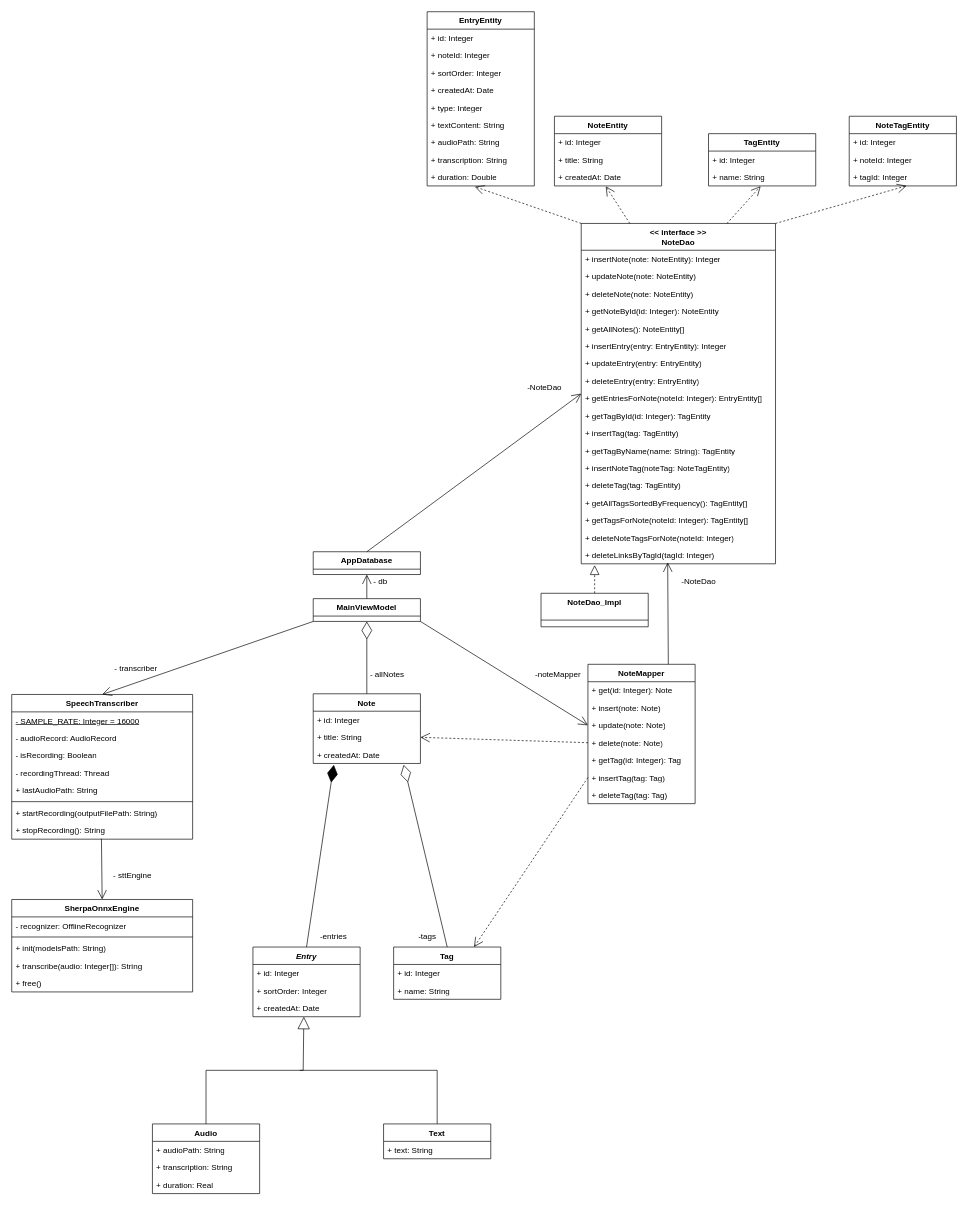
Above: page "ClassDiagram" (1 of 3) of lab04/Notify.drawio in bigflyy/Object-oriented-analysis-and-design-2 (draw.io), before the change. Source tidied: cells renumbered, new cells numbered last; positions are measured from the earlier drawing's top-left corner, leaving out a move shared by most shapes. Both pictures are drawn from the tidied source at 67%, with x=0, y=0 at pixel (11, 11).
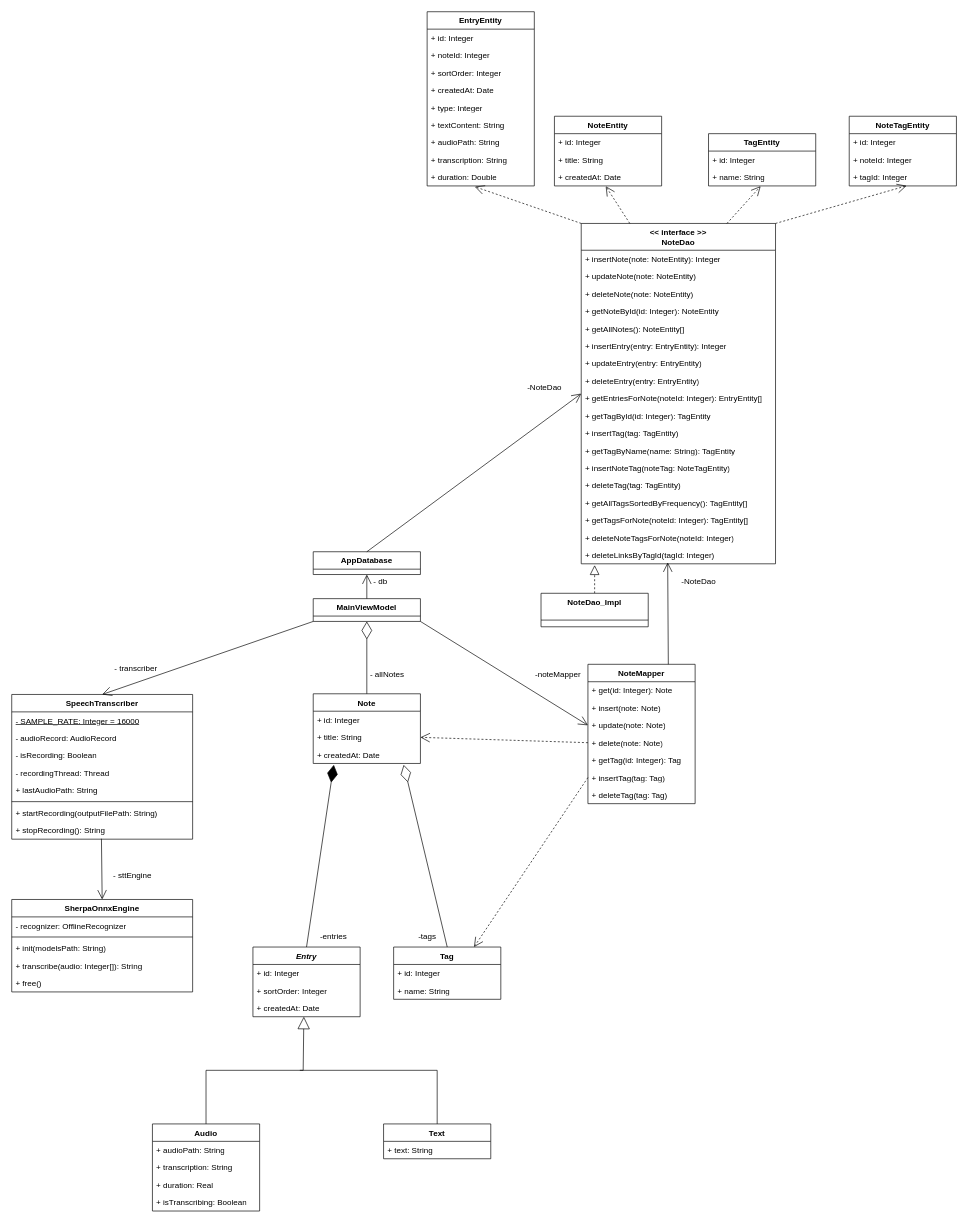
Above is the later version.

Diff of the diagram source:
```diff
@@
     <mxCell id="6" value="Audio" style="swimlane;fontStyle=1;align=center;verticalAlign=top;horizontal=1;startSize=26;whiteSpace=wrap;html=1;" parent="1" vertex="1">
-      <mxGeometry x="210" y="1660" width="160" height="104" as="geometry" />
+      <mxGeometry x="210" y="1660" width="160" height="130" as="geometry" />
     </mxCell>
@@
+    <mxCell id="112" value="+ isTranscribing: Boolean" style="text;strokeColor=none;fillColor=none;align=left;verticalAlign=top;spacingLeft=4;spacingRight=4;overflow=hidden;whiteSpace=wrap;html=1;" parent="6" vertex="1">
+      <mxGeometry y="104" width="160" height="26" as="geometry" />
+    </mxCell>
```
